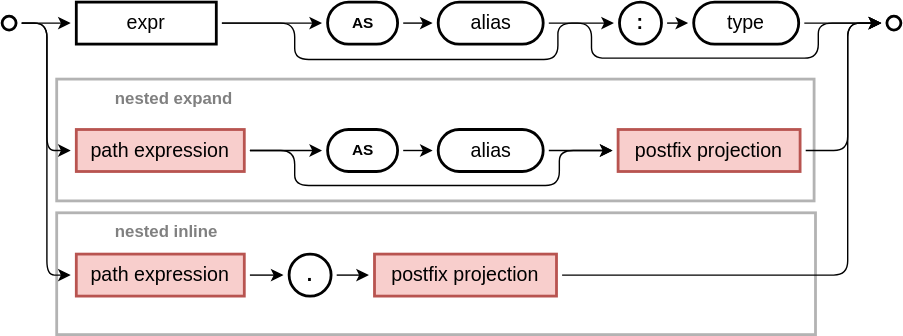
Above: cds/assets/cql/select-item.drawio.svg in capire/docs (draw.io), before the change. Source tidied: cells renumbered, new cells last; positions are measured from the earlier drawing's top-left corner, leaving out a move shared by most shapes. Source of this version:
```xml
<mxGraphModel>
  <root>
    <mxCell id="0" />
    <mxCell id="1" parent="0" />
    <mxCell id="2" value="nested inline" style="rounded=0;fillColor=none;strokeWidth=2;strokeColor=#B3B3B3;verticalAlign=top;align=left;spacingLeft=40;fontColor=#808080;fontStyle=1;" parent="1" vertex="1">
      <mxGeometry x="39" y="150.5" width="542" height="87" as="geometry" />
    </mxCell>
    <mxCell id="3" value="nested expand" style="rounded=0;fillColor=none;strokeWidth=2;strokeColor=#B3B3B3;verticalAlign=top;align=left;spacingLeft=40;fontColor=#808080;fontStyle=1;" parent="1" vertex="1">
      <mxGeometry x="39" y="55" width="541" height="87" as="geometry" />
    </mxCell>
    <mxCell id="4" value="AS" style="rounded=1;whiteSpace=wrap;html=1;strokeWidth=2;arcSize=50;fontSize=11;perimeterSpacing=4;fontStyle=1;" parent="1" vertex="1">
      <mxGeometry x="232.5" width="50" height="30" as="geometry" />
    </mxCell>
    <mxCell id="5" value="expr" style="rounded=1;whiteSpace=wrap;html=1;strokeWidth=2;arcSize=0;fontSize=14;perimeterSpacing=4;" parent="1" vertex="1">
      <mxGeometry x="53" width="100" height="30" as="geometry" />
    </mxCell>
    <mxCell id="6" style="ellipse;whiteSpace=wrap;html=1;rounded=1;strokeColor=default;strokeWidth=2;align=center;verticalAlign=middle;fontFamily=Helvetica;fontSize=11;fontColor=default;labelBackgroundColor=default;fillColor=default;perimeterSpacing=4;" parent="1" vertex="1">
      <mxGeometry y="10" width="10" height="10" as="geometry" />
    </mxCell>
    <mxCell id="7" style="endArrow=classic;html=1;rounded=1;strokeColor=default;align=center;verticalAlign=middle;fontFamily=Helvetica;fontSize=14;fontColor=default;labelBackgroundColor=default;edgeStyle=elbowEdgeStyle;curved=0;jumpStyle=gap;jumpSize=6;exitX=1;exitY=0.5;exitDx=0;exitDy=0;entryX=0;entryY=0.5;entryDx=0;entryDy=0;" parent="1" edge="1" source="6" target="5">
      <mxGeometry relative="1" as="geometry" />
    </mxCell>
    <mxCell id="8" style="endArrow=classic;html=1;rounded=1;strokeColor=default;align=center;verticalAlign=middle;fontFamily=Helvetica;fontSize=14;fontColor=default;labelBackgroundColor=default;edgeStyle=elbowEdgeStyle;curved=0;jumpStyle=gap;jumpSize=6;exitX=1;exitY=0.5;exitDx=0;exitDy=0;entryX=0;entryY=0.5;entryDx=0;entryDy=0;" parent="1" edge="1" source="5" target="4">
      <mxGeometry relative="1" as="geometry" />
    </mxCell>
    <mxCell id="9" style="ellipse;whiteSpace=wrap;html=1;rounded=1;strokeColor=default;strokeWidth=2;align=center;verticalAlign=middle;fontFamily=Helvetica;fontSize=11;fontColor=default;labelBackgroundColor=default;fillColor=default;perimeterSpacing=4;" parent="1" vertex="1">
      <mxGeometry x="632" y="10" width="10" height="10" as="geometry" />
    </mxCell>
    <mxCell id="10" value="alias" style="rounded=1;whiteSpace=wrap;html=1;strokeWidth=2;arcSize=50;fontSize=14;perimeterSpacing=4;" parent="1" vertex="1">
      <mxGeometry x="311.5" width="75" height="30" as="geometry" />
    </mxCell>
    <mxCell id="11" style="endArrow=classic;html=1;rounded=1;strokeColor=default;align=center;verticalAlign=middle;fontFamily=Helvetica;fontSize=14;fontColor=default;labelBackgroundColor=default;edgeStyle=elbowEdgeStyle;curved=0;jumpStyle=gap;jumpSize=6;exitX=1;exitY=0.5;exitDx=0;exitDy=0;entryX=0;entryY=0.5;entryDx=0;entryDy=0;" parent="1" edge="1" source="4" target="10">
      <mxGeometry relative="1" as="geometry">
        <Array as="points">
          <mxPoint x="300" y="15" />
        </Array>
      </mxGeometry>
    </mxCell>
    <mxCell id="12" style="endArrow=classic;html=1;rounded=1;strokeColor=default;align=center;verticalAlign=middle;fontFamily=Helvetica;fontSize=14;fontColor=default;labelBackgroundColor=default;edgeStyle=orthogonalEdgeStyle;jumpStyle=gap;jumpSize=6;exitX=1;exitY=0.5;exitDx=0;exitDy=0;entryX=0;entryY=0.5;entryDx=0;entryDy=0;" parent="1" edge="1" source="10" target="9">
      <mxGeometry relative="1" as="geometry">
        <Array as="points">
          <mxPoint x="421" y="15" />
          <mxPoint x="421" y="40" />
          <mxPoint x="583" y="40" />
          <mxPoint x="583" y="15" />
        </Array>
      </mxGeometry>
    </mxCell>
    <mxCell id="13" style="endArrow=classic;html=1;rounded=1;strokeColor=default;align=center;verticalAlign=middle;fontFamily=Helvetica;fontSize=14;fontColor=default;labelBackgroundColor=default;edgeStyle=elbowEdgeStyle;curved=0;jumpStyle=gap;jumpSize=6;exitX=1;exitY=0.5;exitDx=0;exitDy=0;entryX=0;entryY=0.5;entryDx=0;entryDy=0;" parent="1" edge="1" source="6" target="14">
      <mxGeometry relative="1" as="geometry">
        <Array as="points">
          <mxPoint x="32" y="92" />
        </Array>
      </mxGeometry>
    </mxCell>
    <mxCell id="14" value="path expression" style="rounded=1;whiteSpace=wrap;html=1;strokeWidth=2;arcSize=0;fontSize=14;perimeterSpacing=4;fillColor=#f8cecc;strokeColor=#b85450;" parent="1" vertex="1">
      <mxGeometry x="53" y="91" width="120" height="30" as="geometry" />
    </mxCell>
    <mxCell id="15" value="&lt;b&gt;:&lt;/b&gt;" style="rounded=1;whiteSpace=wrap;html=1;strokeWidth=2;arcSize=50;fontSize=14;perimeterSpacing=4;" parent="1" vertex="1">
      <mxGeometry x="441" width="30" height="30" as="geometry" />
    </mxCell>
    <mxCell id="16" value="type" style="rounded=1;whiteSpace=wrap;html=1;strokeWidth=2;arcSize=50;fontSize=14;perimeterSpacing=4;" parent="1" vertex="1">
      <mxGeometry x="494" width="75" height="30" as="geometry" />
    </mxCell>
    <mxCell id="17" style="endArrow=classic;html=1;rounded=1;strokeColor=default;align=center;verticalAlign=middle;fontFamily=Helvetica;fontSize=14;fontColor=default;labelBackgroundColor=default;edgeStyle=orthogonalEdgeStyle;jumpStyle=gap;jumpSize=6;exitX=1;exitY=0.5;exitDx=0;exitDy=0;entryX=0;entryY=0.5;entryDx=0;entryDy=0;" parent="1" edge="1" source="5" target="15">
      <mxGeometry relative="1" as="geometry">
        <Array as="points">
          <mxPoint x="209" y="15" />
          <mxPoint x="209" y="41" />
          <mxPoint x="397" y="41" />
          <mxPoint x="397" y="15" />
        </Array>
      </mxGeometry>
    </mxCell>
    <mxCell id="18" style="endArrow=classic;html=1;rounded=1;strokeColor=default;align=center;verticalAlign=middle;fontFamily=Helvetica;fontSize=14;fontColor=default;labelBackgroundColor=default;jumpStyle=gap;jumpSize=6;exitX=1;exitY=0.5;exitDx=0;exitDy=0;entryX=0;entryY=0.5;entryDx=0;entryDy=0;" parent="1" edge="1" source="15" target="16">
      <mxGeometry relative="1" as="geometry" />
    </mxCell>
    <mxCell id="19" style="endArrow=classic;html=1;rounded=1;strokeColor=default;align=center;verticalAlign=middle;fontFamily=Helvetica;fontSize=14;fontColor=default;labelBackgroundColor=default;edgeStyle=elbowEdgeStyle;curved=0;jumpStyle=gap;jumpSize=6;exitX=1;exitY=0.5;exitDx=0;exitDy=0;entryX=0;entryY=0.5;entryDx=0;entryDy=0;" parent="1" edge="1" source="16" target="9">
      <mxGeometry relative="1" as="geometry">
        <Array as="points">
          <mxPoint x="604" y="3" />
        </Array>
      </mxGeometry>
    </mxCell>
    <mxCell id="20" value="postfix projection" style="rounded=1;whiteSpace=wrap;html=1;strokeWidth=2;arcSize=0;fontSize=14;perimeterSpacing=4;fillColor=#f8cecc;strokeColor=#b85450;" parent="1" vertex="1">
      <mxGeometry x="440" y="91" width="130" height="30" as="geometry" />
    </mxCell>
    <mxCell id="21" style="endArrow=classic;html=1;rounded=1;strokeColor=default;align=center;verticalAlign=middle;fontFamily=Helvetica;fontSize=14;fontColor=default;labelBackgroundColor=default;edgeStyle=elbowEdgeStyle;curved=0;jumpStyle=gap;jumpSize=6;exitX=1;exitY=0.5;exitDx=0;exitDy=0;entryX=0;entryY=0.5;entryDx=0;entryDy=0;" parent="1" edge="1" source="22" target="23">
      <mxGeometry relative="1" as="geometry">
        <Array as="points">
          <mxPoint x="296" y="107" />
        </Array>
      </mxGeometry>
    </mxCell>
    <mxCell id="22" value="AS" style="rounded=1;whiteSpace=wrap;html=1;strokeWidth=2;arcSize=50;fontSize=11;perimeterSpacing=4;fontStyle=1;" parent="1" vertex="1">
      <mxGeometry x="232.5" y="91" width="50" height="30" as="geometry" />
    </mxCell>
    <mxCell id="23" value="alias" style="rounded=1;whiteSpace=wrap;html=1;strokeWidth=2;arcSize=50;fontSize=14;perimeterSpacing=4;" parent="1" vertex="1">
      <mxGeometry x="311.5" y="91" width="75" height="30" as="geometry" />
    </mxCell>
    <mxCell id="24" style="endArrow=classic;html=1;rounded=1;strokeColor=default;align=center;verticalAlign=middle;fontFamily=Helvetica;fontSize=14;fontColor=default;labelBackgroundColor=default;edgeStyle=elbowEdgeStyle;curved=0;jumpStyle=gap;jumpSize=6;exitX=1;exitY=0.5;exitDx=0;exitDy=0;entryX=0;entryY=0.5;entryDx=0;entryDy=0;" parent="1" edge="1" source="14" target="22">
      <mxGeometry relative="1" as="geometry" />
    </mxCell>
    <mxCell id="25" style="endArrow=classic;html=1;rounded=1;strokeColor=default;align=center;verticalAlign=middle;fontFamily=Helvetica;fontSize=14;fontColor=default;labelBackgroundColor=default;edgeStyle=elbowEdgeStyle;curved=0;jumpStyle=gap;jumpSize=6;exitX=1;exitY=0.5;exitDx=0;exitDy=0;entryX=0;entryY=0.5;entryDx=0;entryDy=0;" parent="1" edge="1" source="23" target="20">
      <mxGeometry relative="1" as="geometry" />
    </mxCell>
    <mxCell id="26" style="endArrow=classic;html=1;rounded=1;strokeColor=default;align=center;verticalAlign=middle;fontFamily=Helvetica;fontSize=14;fontColor=default;labelBackgroundColor=default;jumpStyle=gap;jumpSize=6;exitX=1;exitY=0.5;exitDx=0;exitDy=0;entryX=0;entryY=0.5;entryDx=0;entryDy=0;edgeStyle=orthogonalEdgeStyle;" parent="1" edge="1" source="14" target="20">
      <mxGeometry relative="1" as="geometry">
        <Array as="points">
          <mxPoint x="209" y="106" />
          <mxPoint x="209" y="131" />
          <mxPoint x="398" y="131" />
          <mxPoint x="398" y="106" />
        </Array>
      </mxGeometry>
    </mxCell>
    <mxCell id="27" value="&lt;b&gt;.&lt;/b&gt;" style="rounded=1;whiteSpace=wrap;html=1;strokeWidth=2;arcSize=50;fontSize=14;perimeterSpacing=4;" parent="1" vertex="1">
      <mxGeometry x="205" y="180" width="30" height="30" as="geometry" />
    </mxCell>
    <mxCell id="28" value="&lt;span style=&quot;color: rgb(0, 0, 0);&quot;&gt;postfix projection&lt;/span&gt;" style="rounded=1;whiteSpace=wrap;html=1;strokeWidth=2;arcSize=0;fontSize=14;perimeterSpacing=4;fillColor=#f8cecc;strokeColor=#b85450;" parent="1" vertex="1">
      <mxGeometry x="266" y="180" width="130" height="30" as="geometry" />
    </mxCell>
    <mxCell id="29" value="path expression" style="rounded=1;whiteSpace=wrap;html=1;strokeWidth=2;arcSize=0;fontSize=14;perimeterSpacing=4;fillColor=#f8cecc;strokeColor=#b85450;" parent="1" vertex="1">
      <mxGeometry x="53" y="180" width="120" height="30" as="geometry" />
    </mxCell>
    <mxCell id="30" style="endArrow=classic;html=1;rounded=1;strokeColor=default;align=center;verticalAlign=middle;fontFamily=Helvetica;fontSize=14;fontColor=default;labelBackgroundColor=default;edgeStyle=elbowEdgeStyle;curved=0;jumpStyle=gap;jumpSize=6;exitX=1;exitY=0.5;exitDx=0;exitDy=0;entryX=0;entryY=0.5;entryDx=0;entryDy=0;" parent="1" edge="1" source="6" target="29">
      <mxGeometry relative="1" as="geometry">
        <Array as="points">
          <mxPoint x="32" y="80" />
        </Array>
      </mxGeometry>
    </mxCell>
    <mxCell id="31" style="endArrow=classic;html=1;rounded=1;strokeColor=default;align=center;verticalAlign=middle;fontFamily=Helvetica;fontSize=14;fontColor=default;labelBackgroundColor=default;edgeStyle=elbowEdgeStyle;curved=0;jumpStyle=gap;jumpSize=6;exitX=1;exitY=0.5;exitDx=0;exitDy=0;entryX=0;entryY=0.5;entryDx=0;entryDy=0;" parent="1" edge="1" source="20" target="9">
      <mxGeometry relative="1" as="geometry">
        <Array as="points">
          <mxPoint x="604" y="63" />
        </Array>
      </mxGeometry>
    </mxCell>
    <mxCell id="32" style="endArrow=classic;html=1;rounded=1;strokeColor=default;align=center;verticalAlign=middle;fontFamily=Helvetica;fontSize=14;fontColor=default;labelBackgroundColor=default;edgeStyle=elbowEdgeStyle;curved=0;jumpStyle=gap;jumpSize=6;exitX=1;exitY=0.5;exitDx=0;exitDy=0;entryX=0;entryY=0.5;entryDx=0;entryDy=0;" parent="1" edge="1" source="28" target="9">
      <mxGeometry relative="1" as="geometry">
        <Array as="points">
          <mxPoint x="604" y="107" />
        </Array>
      </mxGeometry>
    </mxCell>
    <mxCell id="33" style="endArrow=classic;html=1;rounded=1;strokeColor=default;align=center;verticalAlign=middle;fontFamily=Helvetica;fontSize=14;fontColor=default;labelBackgroundColor=default;jumpStyle=gap;jumpSize=6;exitX=1;exitY=0.5;exitDx=0;exitDy=0;entryX=0;entryY=0.5;entryDx=0;entryDy=0;" parent="1" edge="1" source="29" target="27">
      <mxGeometry relative="1" as="geometry" />
    </mxCell>
    <mxCell id="34" style="endArrow=classic;html=1;rounded=1;strokeColor=default;align=center;verticalAlign=middle;fontFamily=Helvetica;fontSize=14;fontColor=default;labelBackgroundColor=default;jumpStyle=gap;jumpSize=6;exitX=1;exitY=0.5;exitDx=0;exitDy=0;entryX=0;entryY=0.5;entryDx=0;entryDy=0;" parent="1" edge="1" source="27" target="28">
      <mxGeometry relative="1" as="geometry" />
    </mxCell>
  </root>
</mxGraphModel>
```
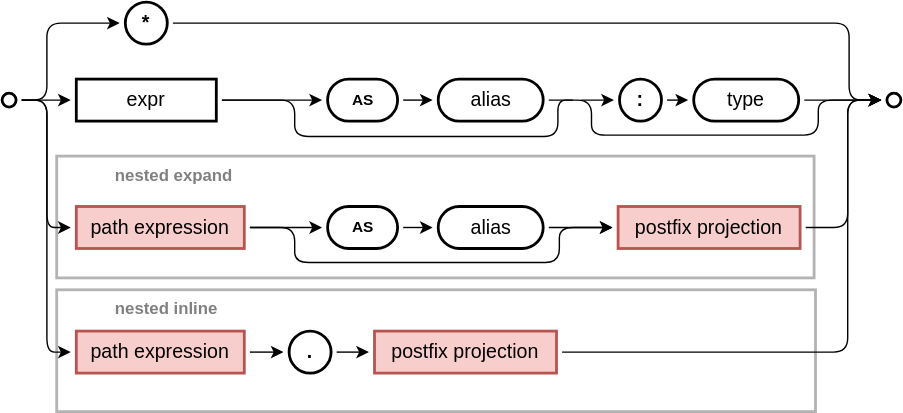
Later version of the same file.

Commit message:
add wildcard to select item, correct example

The edit, as a diff of the source:
```diff
@@ -150,5 +150,22 @@
     <mxCell id="34" style="endArrow=classic;html=1;rounded=1;strokeColor=default;align=center;verticalAlign=middle;fontFamily=Helvetica;fontSize=14;fontColor=default;labelBackgroundColor=default;jumpStyle=gap;jumpSize=6;exitX=1;exitY=0.5;exitDx=0;exitDy=0;entryX=0;entryY=0.5;entryDx=0;entryDy=0;" parent="1" edge="1" source="27" target="28">
       <mxGeometry relative="1" as="geometry" />
     </mxCell>
+    <mxCell id="35" value="&lt;b&gt;*&lt;/b&gt;" style="rounded=1;whiteSpace=wrap;html=1;strokeWidth=2;arcSize=50;fontSize=14;perimeterSpacing=4;" parent="1" vertex="1">
+      <mxGeometry x="88" y="-55" width="30" height="30" as="geometry" />
+    </mxCell>
+    <mxCell id="36" style="endArrow=classic;html=1;rounded=1;strokeColor=default;align=center;verticalAlign=middle;fontFamily=Helvetica;fontSize=14;fontColor=default;labelBackgroundColor=default;edgeStyle=elbowEdgeStyle;curved=0;jumpStyle=gap;jumpSize=6;exitX=1;exitY=0.5;exitDx=0;exitDy=0;entryX=0;entryY=0.5;entryDx=0;entryDy=0;" parent="1" edge="1" source="6" target="35">
+      <mxGeometry relative="1" as="geometry">
+        <Array as="points">
+          <mxPoint x="32" y="-12" />
+        </Array>
+      </mxGeometry>
+    </mxCell>
+    <mxCell id="37" style="endArrow=classic;html=1;rounded=1;strokeColor=default;align=center;verticalAlign=middle;fontFamily=Helvetica;fontSize=14;fontColor=default;labelBackgroundColor=default;edgeStyle=elbowEdgeStyle;curved=0;jumpStyle=gap;jumpSize=6;exitX=1;exitY=0.5;exitDx=0;exitDy=0;entryX=0;entryY=0.5;entryDx=0;entryDy=0;" parent="1" edge="1" source="35" target="9">
+      <mxGeometry relative="1" as="geometry">
+        <Array as="points">
+          <mxPoint x="605" y="-13" />
+        </Array>
+      </mxGeometry>
+    </mxCell>
   </root>
 </mxGraphModel>
```
